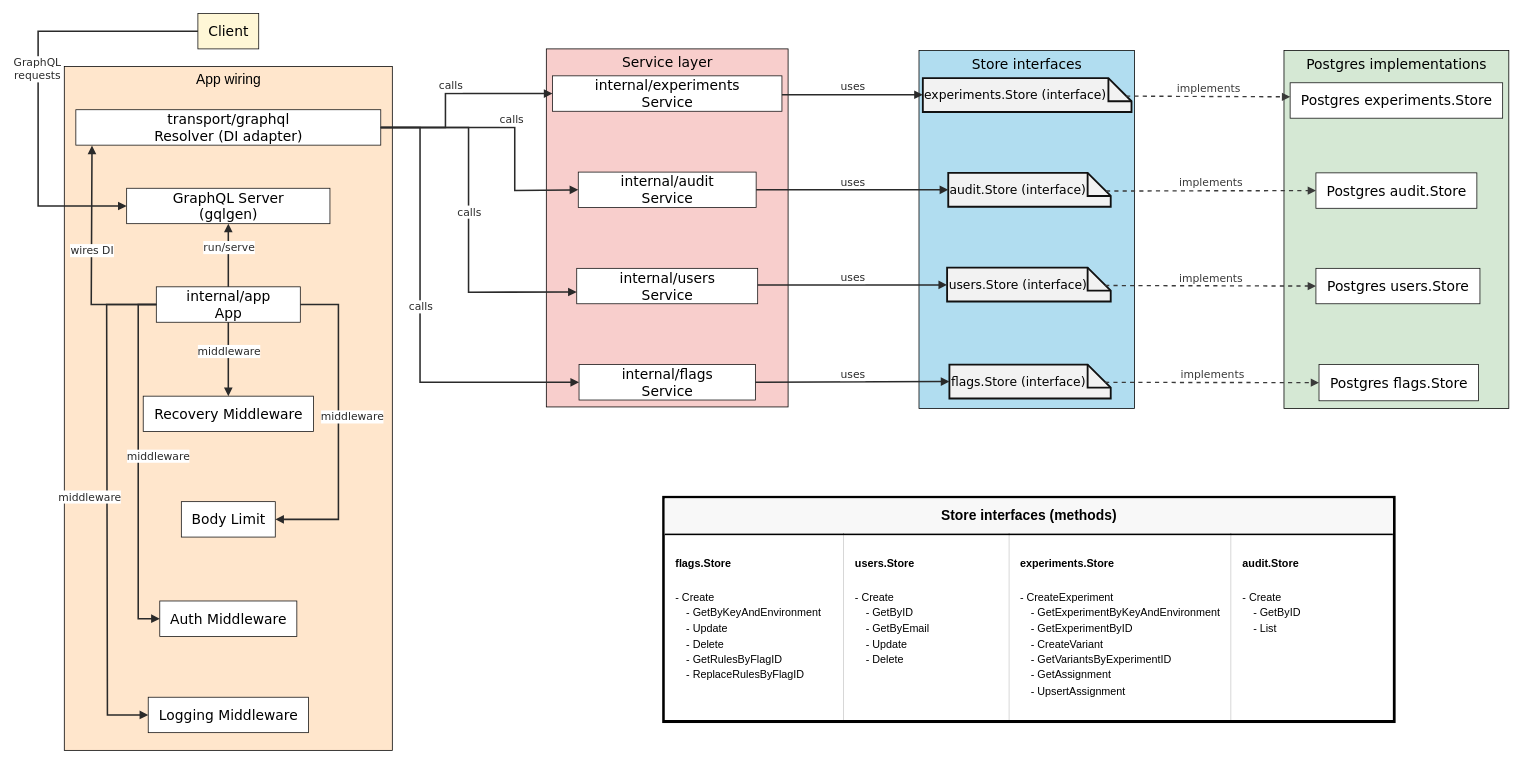
This is docs/diagrams/uml_components_graph.drawio from havlinj/featureflag-api, a draw.io file, before an edit. Source tidied: cells renumbered, new cells numbered last; positions are measured from the earlier drawing's top-left corner, leaving out a move shared by most shapes. Both pictures are drawn from the tidied source at 77%, with x=0, y=0 at pixel (38, 13).
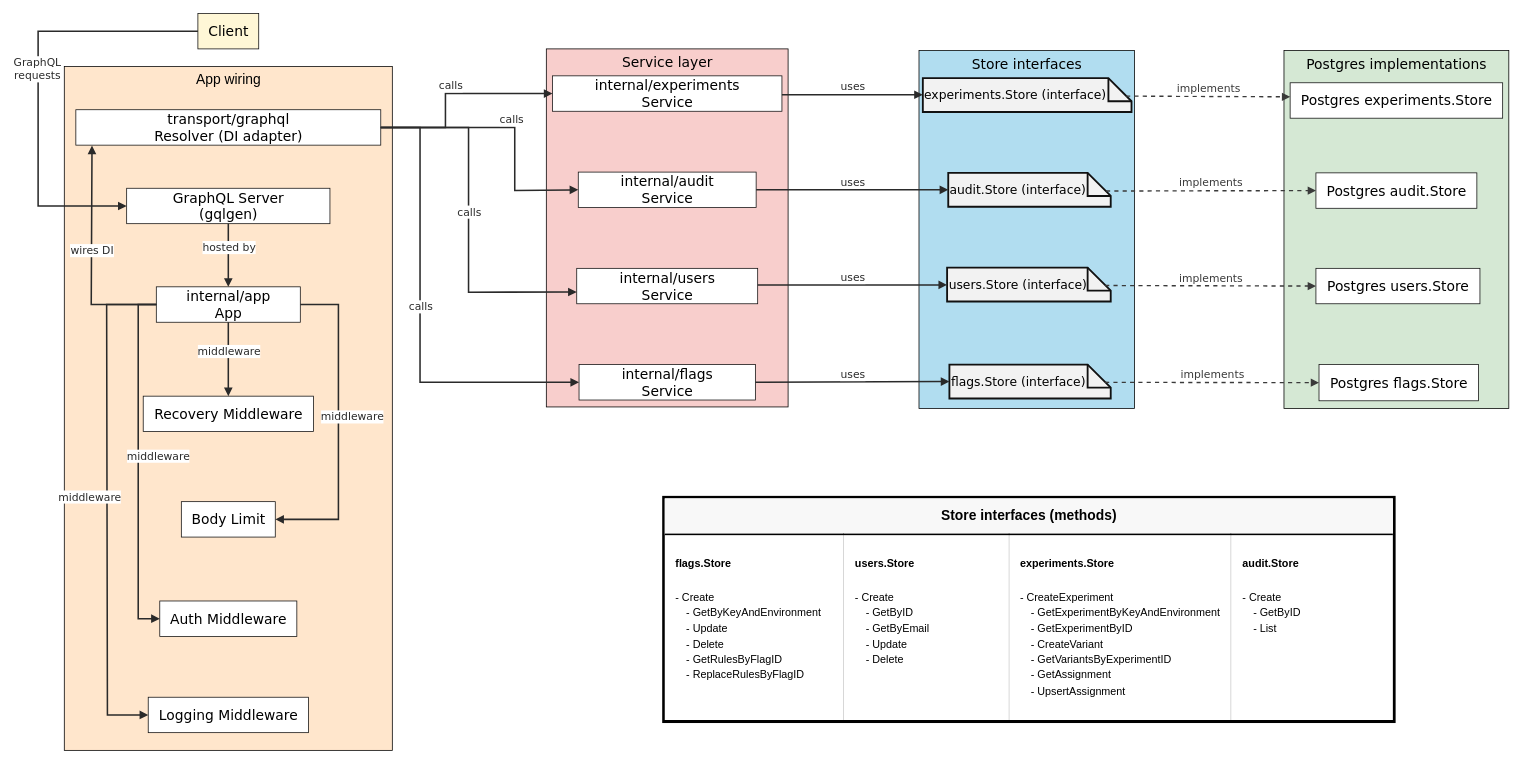
The same diagram, later.

Commit message (it also covers changes not shown here):
docs(diagrams): align App–GraphQL edge and refresh UML PNG

Reverse the wiring edge to GraphQL Server → internal/app (hosted by) and export updated uml_components_graph.png from the editor.

Made-with: Cursor

Unchanged cells that the change refers to:
```xml
<mxCell id="6" value="&lt;font style=&quot;font-size: 18px;&quot; face=&quot;DejaVu Sans&quot; color=&quot;#000000&quot;&gt;internal/app&lt;/font&gt;&lt;div&gt;&lt;font style=&quot;font-size: 18px;&quot; face=&quot;DejaVu Sans&quot; color=&quot;#000000&quot;&gt;App&lt;/font&gt;&lt;/div&gt;" style="verticalAlign=middle;html=1;rounded=0;labelBackgroundColor=none;strokeColor=#111111;fillColor=white;strokeWidth=1;dashed=0;" parent="1" vertex="1">
  <mxGeometry x="153.5" y="355" width="187" height="46" as="geometry" />
</mxCell>
<mxCell id="8" value="&lt;font style=&quot;font-size: 18px;&quot; face=&quot;DejaVu Sans&quot; color=&quot;#000000&quot;&gt;GraphQL Server&lt;/font&gt;&lt;div&gt;&lt;font style=&quot;font-size: 18px;&quot; face=&quot;DejaVu Sans&quot; color=&quot;#000000&quot;&gt;(gqlgen)&lt;/font&gt;&lt;/div&gt;" style="verticalAlign=middle;html=1;rounded=0;labelBackgroundColor=none;strokeColor=#111111;fillColor=white;strokeWidth=1;dashed=0;" parent="1" vertex="1">
  <mxGeometry x="115" y="227" width="264" height="46" as="geometry" />
</mxCell>
```

The edit, as a diff of the source:
```diff
@@
-    <mxCell id="26" style="html=1;endArrow=block;dashed=0;endFill=1;startArrow=none;startFill=0;fillColor=#2a2a2a;strokeColor=#2a2a2a;strokeWidth=2;rounded=0;exitX=0.5000;exitY=0.0000;entryX=0.5000;entryY=1.0000;" parent="1" edge="1" source="6" target="8">
+    <mxCell id="26" style="html=1;endArrow=block;dashed=0;endFill=1;startArrow=none;startFill=0;fillColor=#2a2a2a;strokeColor=#2a2a2a;strokeWidth=2;rounded=0;exitX=0.5000;exitY=1.0000;entryX=0.5000;entryY=0.0000;" parent="1" edge="1" source="8" target="6">
       <mxGeometry relative="1" as="geometry" />
     </mxCell>
-    <mxCell id="27" value="&lt;font style='font-size: 14.0px;' face='DejaVu Sans' color='#2a2a2a'&gt;run/serve&lt;/font&gt;" style="edgeLabel;html=1;align=center;verticalAlign=bottom;" parent="26" vertex="1">
+    <mxCell id="27" value="&lt;font style='font-size: 14.0px;' face='DejaVu Sans' color='#2a2a2a'&gt;hosted by&lt;/font&gt;" style="edgeLabel;html=1;align=center;verticalAlign=bottom;" parent="26" vertex="1">
       <mxGeometry relative="1" as="geometry" />
     </mxCell>
```
